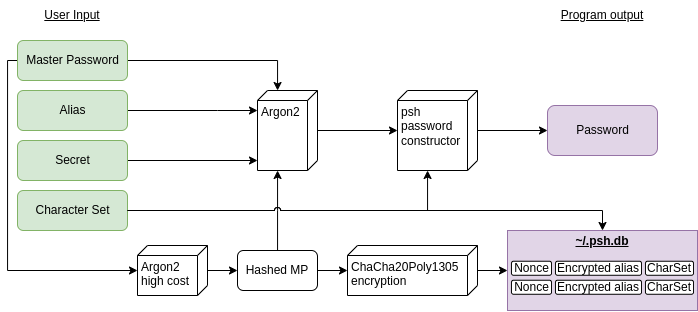
Earlier version of the draw.io export psh.png (uvizhe/psh). Source tidied: cells renumbered, new cells last; positions are measured from the earlier drawing's top-left corner, leaving out a move shared by most shapes.
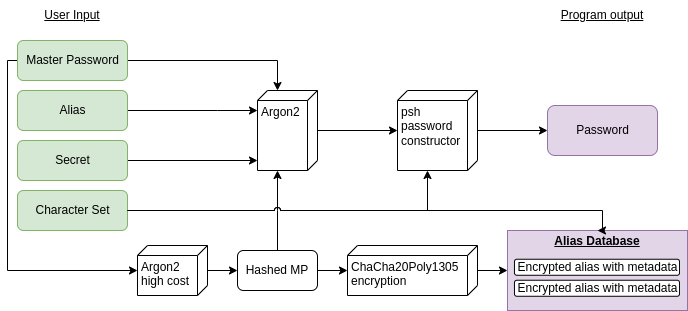
After the change.

Change to the diagram source:
```diff
@@ -2,8 +2,8 @@
   <root>
     <mxCell id="0" />
     <mxCell id="1" parent="0" />
-    <mxCell id="2" value="&lt;p style=&quot;margin:0px;margin-top:4px;text-align:center;text-decoration:underline;&quot;&gt;&lt;b&gt;~/.psh.db&lt;/b&gt;&lt;/p&gt;" style="verticalAlign=top;align=left;overflow=fill;fontSize=12;fontFamily=Helvetica;html=1;fillColor=#e1d5e7;strokeColor=#9673a6;" parent="1" vertex="1">
-      <mxGeometry x="500" y="230" width="190" height="80" as="geometry" />
+    <mxCell id="2" value="&lt;p style=&quot;margin:0px;margin-top:4px;text-align:center;text-decoration:underline;&quot;&gt;&lt;b&gt;Alias Database&lt;/b&gt;&lt;/p&gt;" style="verticalAlign=top;align=left;overflow=fill;fontSize=12;fontFamily=Helvetica;html=1;fillColor=#e1d5e7;strokeColor=#9673a6;" parent="1" vertex="1">
+      <mxGeometry x="500" y="230" width="180" height="80" as="geometry" />
     </mxCell>
     <mxCell id="3" style="edgeStyle=orthogonalEdgeStyle;rounded=0;jettySize=auto;html=1;" parent="1" edge="1" source="4" target="9">
       <mxGeometry relative="1" as="geometry">
@@ -81,24 +81,12 @@
     <mxCell id="21" value="Argon2&lt;br&gt;high cost" style="verticalAlign=top;align=left;spacingTop=8;spacingLeft=2;spacingRight=12;shape=cube;size=10;direction=south;fontStyle=0;html=1;rounded=0;" parent="1" vertex="1">
       <mxGeometry x="130" y="245" width="70" height="50" as="geometry" />
     </mxCell>
-    <mxCell id="22" value="CharSet" style="html=1;rounded=1;align=left;" parent="1" vertex="1">
-      <mxGeometry x="638" y="260.8" width="48" height="14" as="geometry" />
-    </mxCell>
-    <mxCell id="23" value="CharSet" style="html=1;rounded=1;align=left;" parent="1" vertex="1">
-      <mxGeometry x="638" y="279.8" width="48" height="14" as="geometry" />
-    </mxCell>
-    <mxCell id="24" value="Encrypted alias" style="html=1;rounded=1;align=left;" parent="1" vertex="1">
-      <mxGeometry x="548" y="279.8" width="86" height="14" as="geometry" />
+    <mxCell id="24" value="Encrypted alias with metadata" style="html=1;rounded=1;align=center;" parent="1" vertex="1">
+      <mxGeometry x="507" y="279.8" width="165" height="16" as="geometry" />
     </mxCell>
-    <mxCell id="25" value="Encrypted alias" style="html=1;rounded=1;align=left;" parent="1" vertex="1">
-      <mxGeometry x="548" y="260.8" width="86" height="14" as="geometry" />
+    <mxCell id="25" value="Encrypted alias with metadata" style="html=1;rounded=1;align=center;" parent="1" vertex="1">
+      <mxGeometry x="507" y="258.8" width="165" height="16" as="geometry" />
     </mxCell>
-    <mxCell id="26" value="Nonce" style="html=1;rounded=1;" parent="1" vertex="1">
-      <mxGeometry x="504" y="260.8" width="40" height="14" as="geometry" />
-    </mxCell>
-    <mxCell id="27" value="Nonce" style="html=1;rounded=1;" parent="1" vertex="1">
-      <mxGeometry x="504" y="279.8" width="40" height="14" as="geometry" />
-    </mxCell>
     <mxCell id="28" style="edgeStyle=orthogonalEdgeStyle;rounded=0;jettySize=auto;html=1;" parent="1" edge="1" source="30" target="9">
       <mxGeometry relative="1" as="geometry">
         <Array as="points">
```
